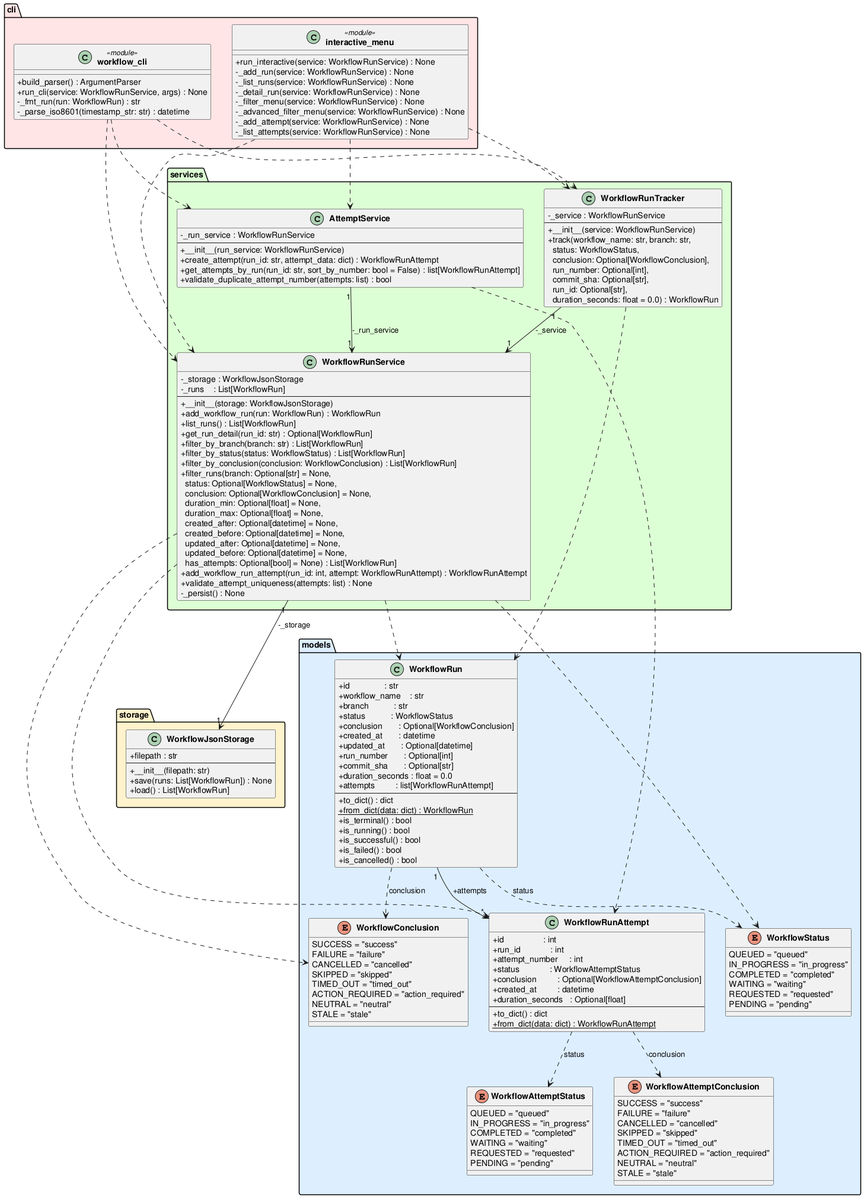
Above: experiments/supervisor_as_tools/user_stories/github-workflow-manager/artifacts/class_diagram.png in DanielRiha8906/Software_autoevolution_using_agents (PlantUML), before the change.
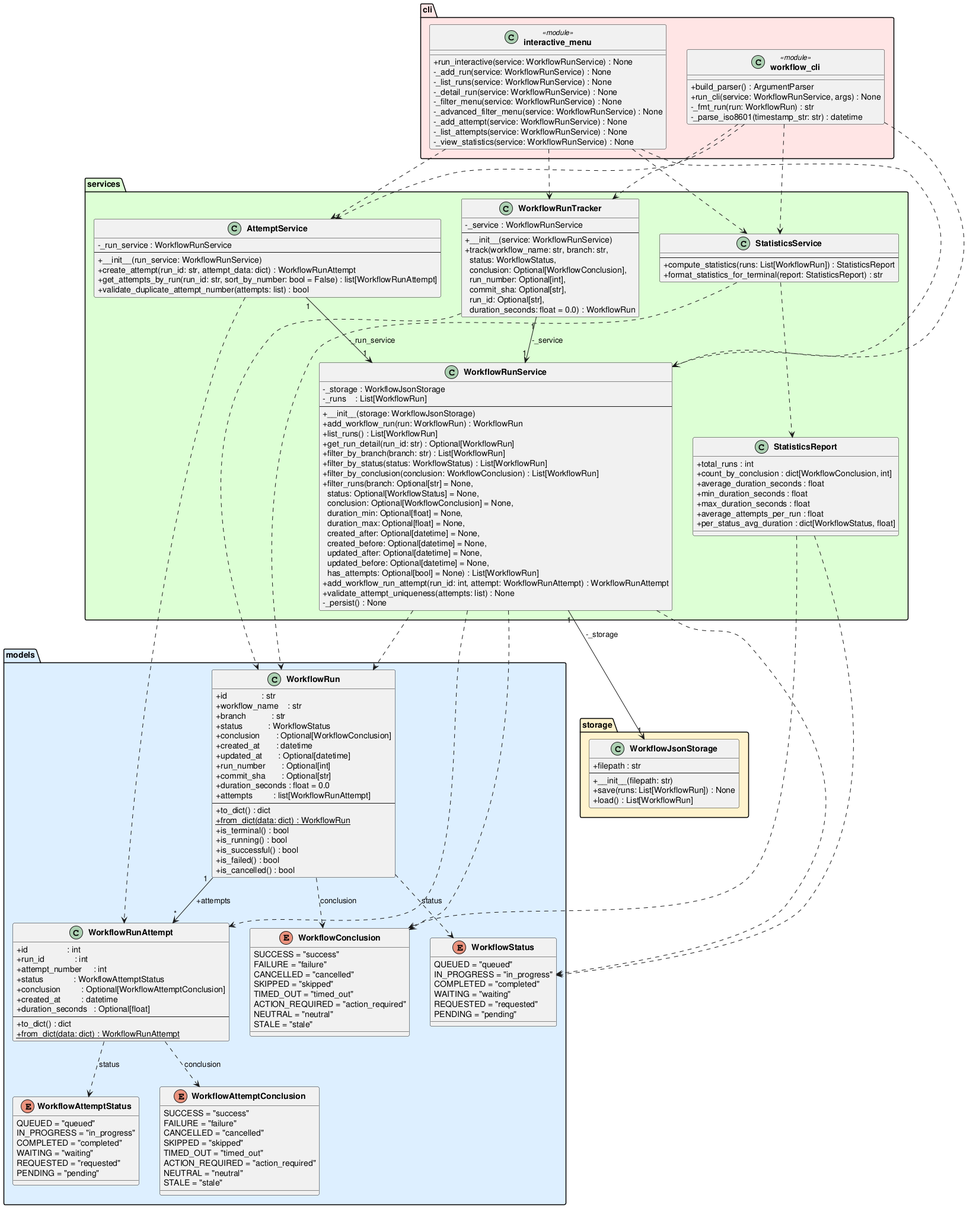
Above is the later version.

Diff of the diagram source:
```diff
@@ -91,6 +91,15 @@
 }
 
 package "services" #DDFFD4 {
+    class StatisticsReport {
+        +total_runs : int
+        +count_by_conclusion : dict[WorkflowConclusion, int]
+        +average_duration_seconds : float
+        +min_duration_seconds : float
+        +max_duration_seconds : float
+        +average_attempts_per_run : float
+        +per_status_avg_duration : dict[WorkflowStatus, float]
+    }
     class WorkflowRunService {
         -_storage : WorkflowJsonStorage
         -_runs    : List[WorkflowRun]
@@ -123,6 +132,12 @@
         +get_attempts_by_run(run_id: str, sort_by_number: bool = False) : list[WorkflowRunAttempt]
         +validate_duplicate_attempt_number(attempts: list) : bool
     }
+
+    class StatisticsService {
+        --
+        +compute_statistics(runs: List[WorkflowRun]) : StatisticsReport
+        +format_statistics_for_terminal(report: StatisticsReport) : str
+    }
 }
 
 package "cli" #FFE5E5 {
@@ -142,6 +157,7 @@
         -_advanced_filter_menu(service: WorkflowRunService) : None
         -_add_attempt(service: WorkflowRunService) : None
         -_list_attempts(service: WorkflowRunService) : None
+        -_view_statistics(service: WorkflowRunService) : None
     }
 }
 
@@ -159,11 +175,17 @@
 WorkflowRunTracker         ..>  WorkflowRun
 AttemptService       "1" --> "1" WorkflowRunService  : -_run_service
 AttemptService             ..>  WorkflowRunAttempt
+StatisticsService          ..>  WorkflowRun
+StatisticsService          ..>  StatisticsReport
+StatisticsReport           ..>  WorkflowConclusion
+StatisticsReport           ..>  WorkflowStatus
 "workflow_cli"             ..>  WorkflowRunService
 "workflow_cli"             ..>  WorkflowRunTracker
 "workflow_cli"             ..>  AttemptService
+"workflow_cli"             ..>  StatisticsService
 "interactive_menu"         ..>  WorkflowRunService
 "interactive_menu"         ..>  WorkflowRunTracker
 "interactive_menu"         ..>  AttemptService
+"interactive_menu"         ..>  StatisticsService
 
 @enduml
```
